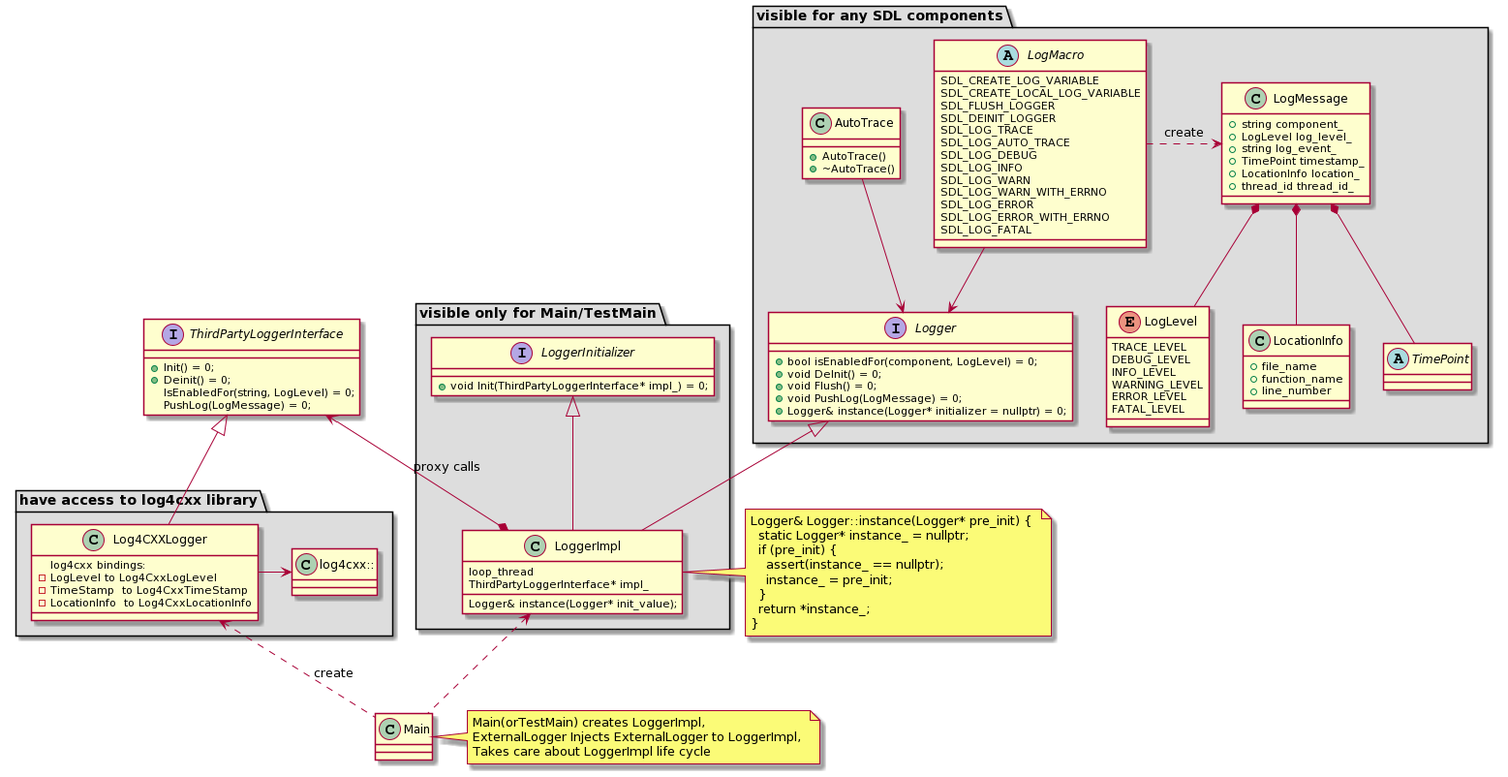
Above: docs/Developer Documentation/Logger/assets/detailed_logger_design.png in smartdevicelink/sdl_core_guides (PlantUML), before the change.
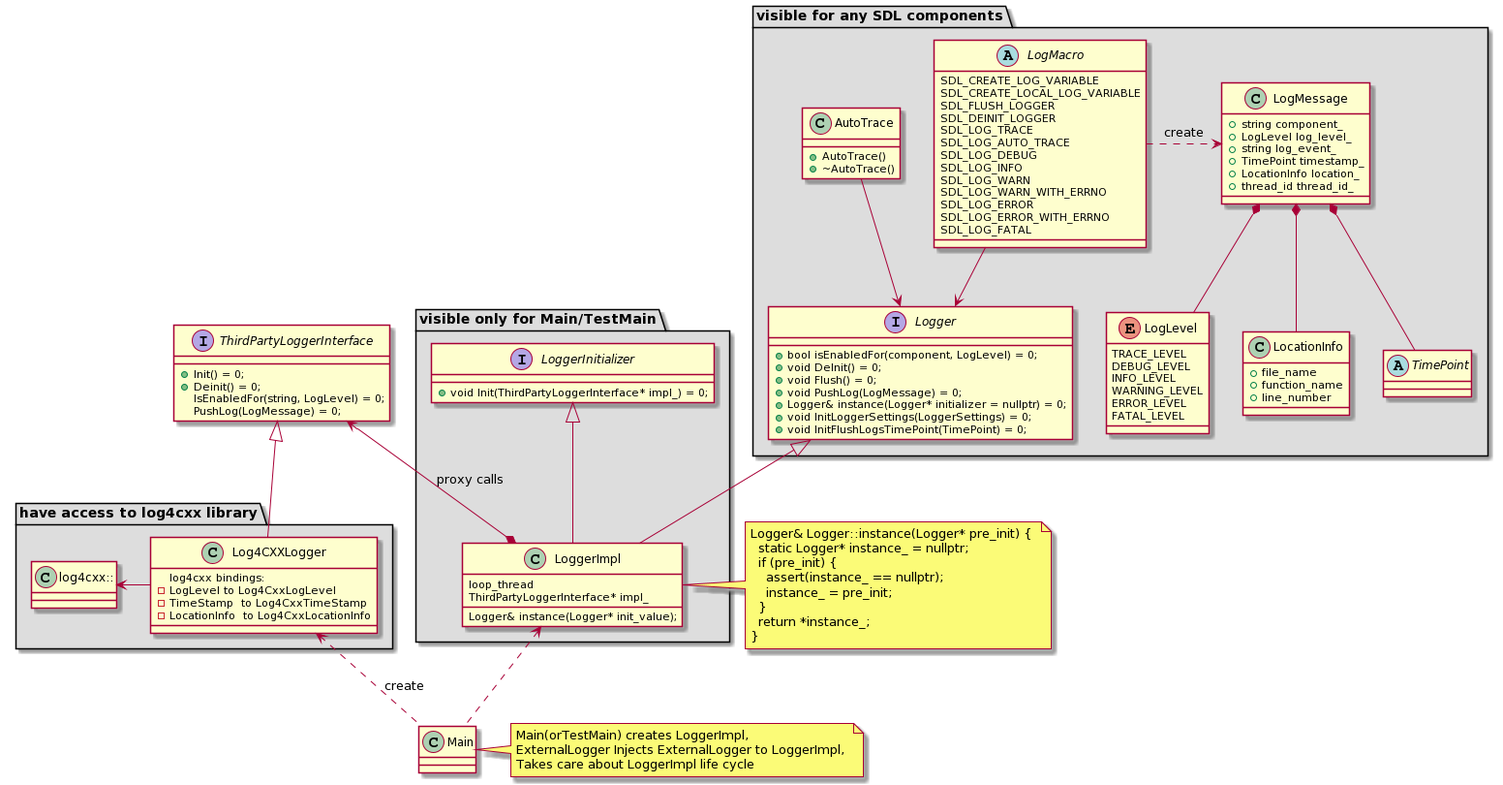
Later version of the same file.

What changed in the source:
```diff
@@ -7,6 +7,8 @@
   + void Flush() = 0;
   + void PushLog(LogMessage) = 0;
   + Logger& instance(Logger* initializer = nullptr) = 0;
+  + void InitLoggerSettings(LoggerSettings) = 0;
+  + void InitFlushLogsTimePoint(TimePoint) = 0;
 }
 
 class AutoTrace {
```
